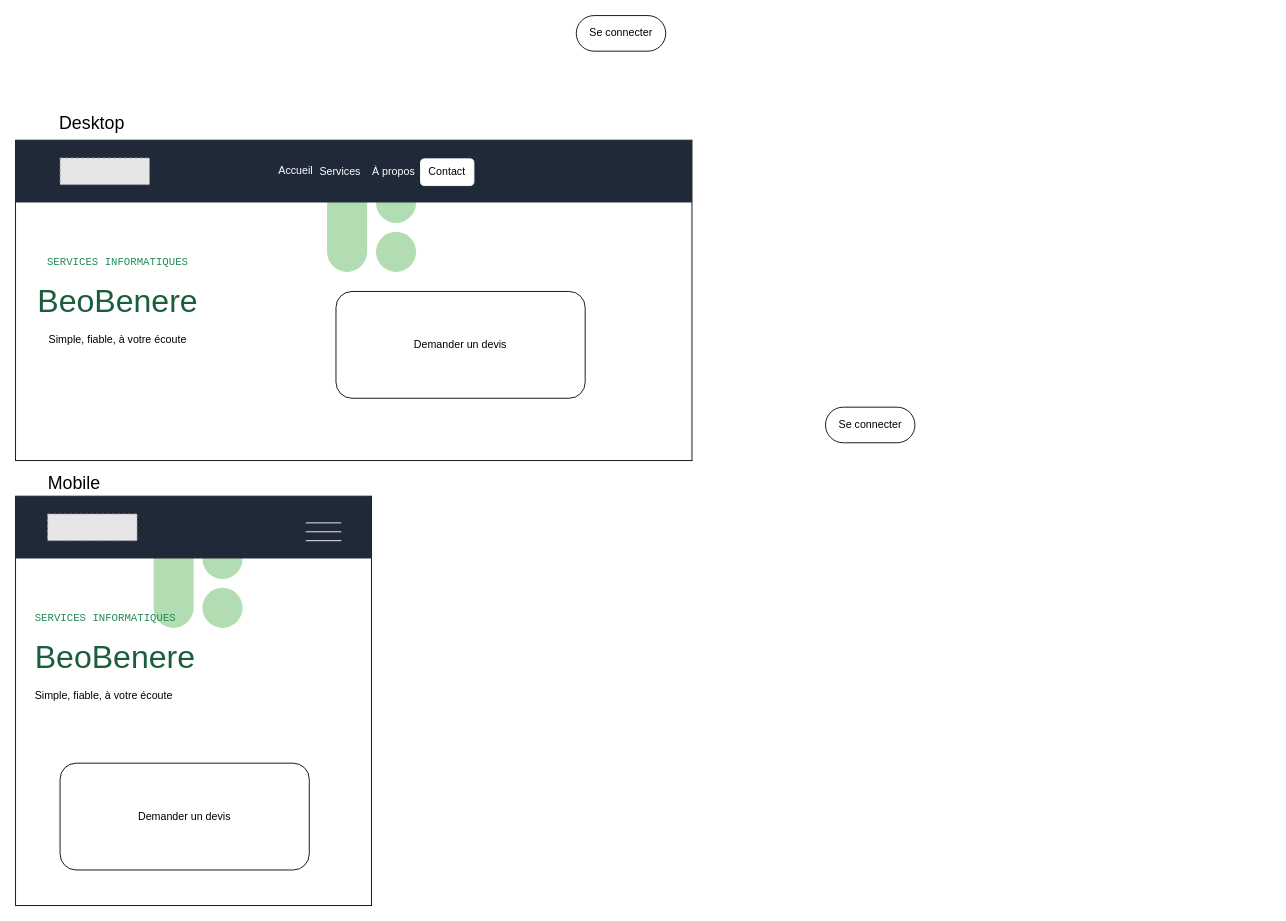
This is docs/interface/ui.drawio from Ghislain-KIMA/site-web-beobenere, a draw.io file, before an edit. Source tidied: cells renumbered, new cells numbered last; positions are measured from the earlier drawing's top-left corner, leaving out a move shared by most shapes. Both pictures are drawn from the tidied source at 89%, with x=0, y=0 at pixel (15, 15). Pictures stored in the file or linked from it are replaced by grey dashed boxes.
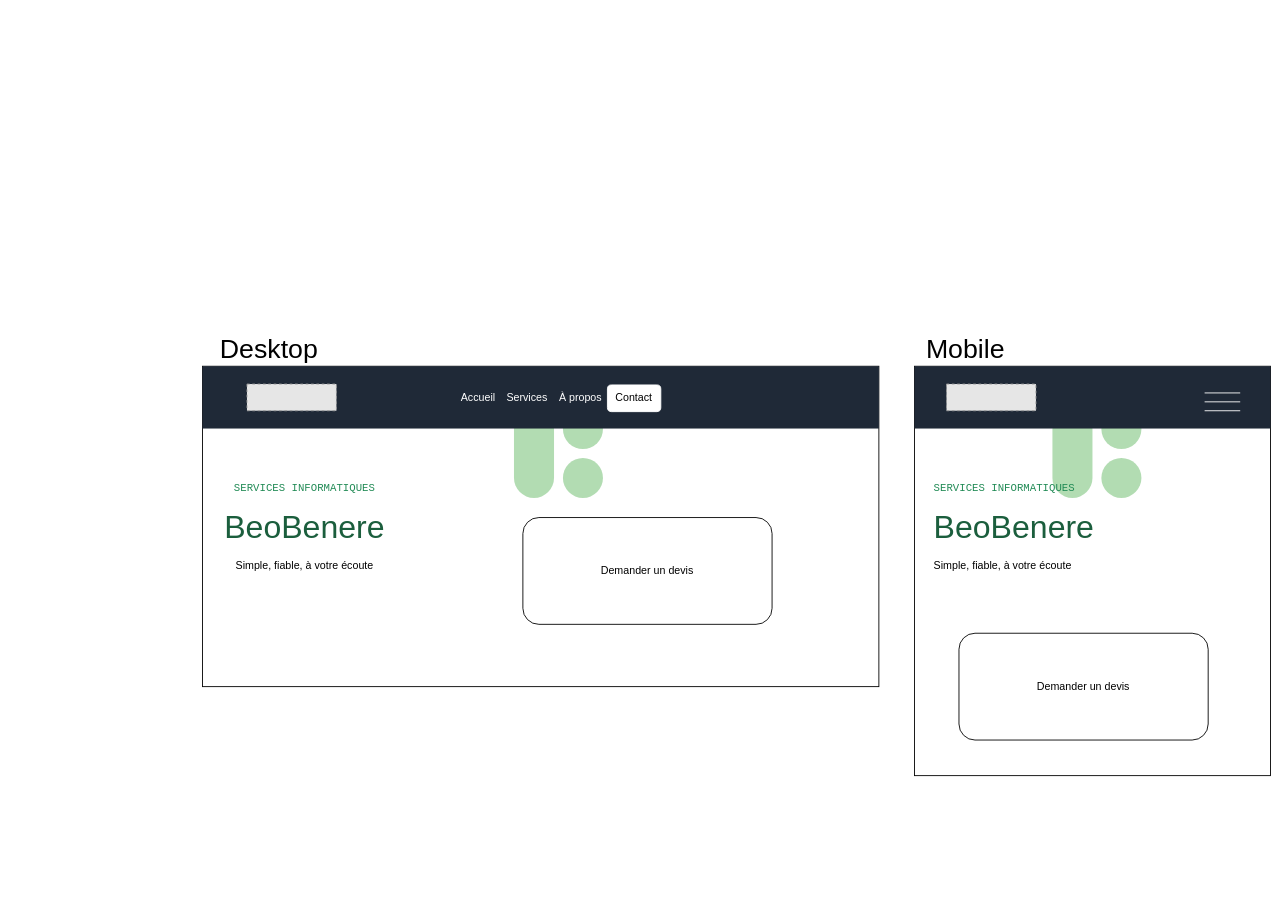
The same diagram, later.

Change to the diagram source:
```diff
@@
     <mxCell id="2" style="rounded=1;whiteSpace=wrap;html=1;arcSize=0;fillColor=light-dark(#FFFFFF,#030503);" parent="1" vertex="1">
-      <mxGeometry y="140" width="760" height="360" as="geometry" />
+      <mxGeometry x="210" y="394" width="760" height="360" as="geometry" />
     </mxCell>
     <mxCell id="3" style="group;" parent="1" vertex="1">
-      <mxGeometry x="350" y="188" width="100" height="100" as="geometry" />
+      <mxGeometry x="560" y="442" width="100" height="100" as="geometry" />
     </mxCell>
@@
     <mxCell id="7" style="rounded=0;whiteSpace=wrap;html=1;fillColor=light-dark(#1F2937,#1F2937);strokeColor=none;" parent="1" vertex="1">
-      <mxGeometry y="140" width="760" height="70" as="geometry" />
+      <mxGeometry x="210" y="394" width="760" height="70" as="geometry" />
     </mxCell>
     <mxCell id="8" style="fillColor=#E6E6E6;strokeColor=#999999;dashed=1;verticalLabelPosition=bottom;labelBackgroundColor=default;verticalAlign=top;" parent="1" vertex="1">
-      <mxGeometry x="50" y="160" width="100.5" height="30" as="geometry" />
+      <mxGeometry x="260" y="414" width="100.5" height="30" as="geometry" />
     </mxCell>
-    <mxCell id="9" value="Accueil" style="text;html=1;whiteSpace=wrap;strokeColor=none;fillColor=none;align=center;verticalAlign=middle;rounded=0;fontColor=light-dark(#FFFFFF,#FFFFFF);" parent="1" vertex="1">
-      <mxGeometry x="285" y="159" width="60" height="30" as="geometry" />
+    <mxCell id="9" value="Accueil" style="text;html=1;whiteSpace=wrap;strokeColor=none;fillColor=none;align=center;verticalAlign=middle;rounded=0;fontColor=light-dark(#FFFFFF,#FFFFFF);connectIcon=1;flipV=0;legacyAnchorPoints=0;flipH=1;direction=east;" parent="1" vertex="1">
+      <mxGeometry x="490" y="415" width="60" height="30" as="geometry" />
     </mxCell>
     <mxCell id="10" value="Services" style="text;html=1;whiteSpace=wrap;strokeColor=none;fillColor=none;align=center;verticalAlign=middle;rounded=0;fontColor=light-dark(#FFFFFF,#FFFFFF);" parent="1" vertex="1">
-      <mxGeometry x="335" y="161" width="60" height="30" as="geometry" />
+      <mxGeometry x="545" y="415" width="60" height="30" as="geometry" />
     </mxCell>
     <mxCell id="11" value="À propos" style="text;html=1;whiteSpace=wrap;strokeColor=none;fillColor=none;align=center;verticalAlign=middle;rounded=0;fontColor=light-dark(#FFFFFF,#FFFFFF);" parent="1" vertex="1">
-      <mxGeometry x="395" y="161" width="60" height="30" as="geometry" />
+      <mxGeometry x="605" y="415" width="60" height="30" as="geometry" />
     </mxCell>
-    <mxCell id="12" value="Se connecter" style="rounded=1;whiteSpace=wrap;html=1;arcSize=50;fillColor=light-dark(#FFFFFF,#FFFFFF);fontColor=light-dark(#000000,#000000);" parent="1" vertex="1">
-      <mxGeometry x="630" width="100.5" height="40" as="geometry" />
-    </mxCell>
     <mxCell id="13" value="&lt;span style=&quot;color: rgb(34, 139, 86);&quot;&gt;&lt;font face=&quot;'IBM Plex Mono', monospace&quot;&gt;SERVICES INFORMATIQUES&lt;/font&gt;&lt;/span&gt;&lt;div&gt;&lt;br&gt;&lt;/div&gt;&lt;div&gt;&lt;span style=&quot;color: light-dark(rgb(27, 94, 61), rgb(27, 94, 61));&quot;&gt;&lt;font style=&quot;font-size: 36px;&quot; face=&quot;'Space Grotesk', sans-serif&quot;&gt;BeoBenere&lt;/font&gt;&lt;/span&gt;&lt;/div&gt;&lt;div&gt;&lt;br&gt;&lt;/div&gt;&lt;div&gt;Simple, fiable, à votre écoute&lt;/div&gt;" style="text;html=1;whiteSpace=wrap;strokeColor=none;fillColor=none;align=center;verticalAlign=middle;rounded=0;" parent="1" vertex="1">
-      <mxGeometry x="10" y="260" width="210" height="120" as="geometry" />
+      <mxGeometry x="220" y="514" width="210" height="120" as="geometry" />
     </mxCell>
     <mxCell id="14" style="rounded=1;whiteSpace=wrap;html=1;arcSize=0;fillColor=light-dark(#FFFFFF,#030503);" parent="1" vertex="1">
-      <mxGeometry y="540" width="400" height="460" as="geometry" />
+      <mxGeometry x="1010" y="394" width="400" height="460" as="geometry" />
     </mxCell>
     <mxCell id="15" style="group;" parent="1" vertex="1">
-      <mxGeometry x="155" y="588" width="100" height="100" as="geometry" />
+      <mxGeometry x="1165" y="442" width="100" height="100" as="geometry" />
     </mxCell>
@@
     <mxCell id="19" style="rounded=0;whiteSpace=wrap;html=1;fillColor=light-dark(#1F2937,#1F2937);strokeColor=none;" parent="1" vertex="1">
-      <mxGeometry y="540" width="400" height="70" as="geometry" />
+      <mxGeometry x="1010" y="394" width="400" height="70" as="geometry" />
     </mxCell>
     <mxCell id="20" style="fillColor=#E6E6E6;strokeColor=#999999;dashed=1;verticalLabelPosition=bottom;labelBackgroundColor=default;verticalAlign=top;" parent="1" vertex="1">
-      <mxGeometry x="36" y="560" width="100.5" height="30" as="geometry" />
+      <mxGeometry x="1046" y="414" width="100.5" height="30" as="geometry" />
     </mxCell>
-    <mxCell id="21" value="Se connecter" style="rounded=1;whiteSpace=wrap;html=1;arcSize=50;fillColor=light-dark(#FFFFFF,#FFFFFF);fontColor=light-dark(#000000,#000000);" parent="1" vertex="1">
-      <mxGeometry x="910" y="440" width="100.5" height="40" as="geometry" />
-    </mxCell>
     <mxCell id="22" value="&lt;div style=&quot;&quot;&gt;&lt;span style=&quot;font-family: &amp;quot;IBM Plex Mono&amp;quot;, monospace; color: light-dark(rgb(34, 139, 86), rgb(73, 163, 118)); background-color: transparent;&quot;&gt;SERVICES INFORMATIQUES&lt;/span&gt;&lt;/div&gt;&lt;div&gt;&lt;br&gt;&lt;/div&gt;&lt;div style=&quot;&quot;&gt;&lt;span style=&quot;color: light-dark(rgb(27, 94, 61), rgb(27, 94, 61));&quot;&gt;&lt;font style=&quot;font-size: 36px;&quot; face=&quot;'Space Grotesk', sans-serif&quot;&gt;BeoBenere&lt;/font&gt;&lt;/span&gt;&lt;/div&gt;&lt;div&gt;&lt;br&gt;&lt;/div&gt;&lt;div style=&quot;&quot;&gt;Simple, fiable, à votre écoute&lt;/div&gt;" style="text;html=1;whiteSpace=wrap;strokeColor=none;fillColor=none;align=left;verticalAlign=middle;rounded=0;" parent="1" vertex="1">
-      <mxGeometry x="20" y="660" width="210" height="120" as="geometry" />
+      <mxGeometry x="1030" y="514" width="210" height="120" as="geometry" />
     </mxCell>
-    <mxCell id="23" value="Desktop" style="text;html=1;whiteSpace=wrap;strokeColor=none;fillColor=none;align=center;verticalAlign=middle;rounded=0;fontSize=20;" parent="1" vertex="1">
-      <mxGeometry x="46.2" y="100" width="80" height="40" as="geometry" />
+    <mxCell id="23" value="&lt;font style=&quot;font-size: 30px;&quot;&gt;Desktop&lt;/font&gt;" style="text;html=1;whiteSpace=wrap;strokeColor=none;fillColor=none;align=center;verticalAlign=middle;rounded=0;fontSize=20;" parent="1" vertex="1">
+      <mxGeometry x="210" y="354" width="149.8" height="40" as="geometry" />
     </mxCell>
-    <mxCell id="24" value="Mobile" style="text;html=1;whiteSpace=wrap;strokeColor=none;fillColor=none;align=center;verticalAlign=middle;rounded=0;fontSize=20;" parent="1" vertex="1">
-      <mxGeometry x="36" y="510" width="60" height="30" as="geometry" />
+    <mxCell id="24" value="&lt;font style=&quot;font-size: 30px;&quot;&gt;Mobile&lt;/font&gt;" style="text;html=1;whiteSpace=wrap;strokeColor=none;fillColor=none;align=center;verticalAlign=middle;rounded=0;fontSize=20;" parent="1" vertex="1">
+      <mxGeometry x="1010" y="359" width="115" height="30" as="geometry" />
     </mxCell>
     <mxCell id="25" value="Demander un devis" style="rounded=1;whiteSpace=wrap;html=1;" parent="1" vertex="1">
-      <mxGeometry x="360" y="310" width="280" height="120" as="geometry" />
+      <mxGeometry x="570" y="564" width="280" height="120" as="geometry" />
     </mxCell>
     <mxCell id="26" value="Demander un devis" style="rounded=1;whiteSpace=wrap;html=1;" parent="1" vertex="1">
-      <mxGeometry x="50" y="840" width="280" height="120" as="geometry" />
+      <mxGeometry x="1060" y="694" width="280" height="120" as="geometry" />
     </mxCell>
     <mxCell id="27" style="endArrow=none;html=1;rounded=0;strokeColor=light-dark(#FFFFFF,#FFFFFF);" parent="1" edge="1">
       <mxGeometry relative="1" as="geometry">
-        <mxPoint x="326" y="570" as="sourcePoint" />
-        <mxPoint x="366" y="570" as="targetPoint" />
+        <mxPoint x="1336" y="424" as="sourcePoint" />
+        <mxPoint x="1376" y="424" as="targetPoint" />
       </mxGeometry>
     </mxCell>
     <mxCell id="28" style="endArrow=none;html=1;rounded=0;strokeColor=light-dark(#FFFFFF,#FFFFFF);" parent="1" edge="1">
       <mxGeometry relative="1" as="geometry">
-        <mxPoint x="326" y="580" as="sourcePoint" />
-        <mxPoint x="366" y="580" as="targetPoint" />
+        <mxPoint x="1336" y="434" as="sourcePoint" />
+        <mxPoint x="1376" y="434" as="targetPoint" />
       </mxGeometry>
     </mxCell>
     <mxCell id="29" style="endArrow=none;html=1;rounded=0;strokeColor=light-dark(#FFFFFF,#FFFFFF);" parent="1" edge="1">
       <mxGeometry relative="1" as="geometry">
-        <mxPoint x="326" y="590" as="sourcePoint" />
-        <mxPoint x="366" y="590" as="targetPoint" />
+        <mxPoint x="1336" y="444" as="sourcePoint" />
+        <mxPoint x="1376" y="444" as="targetPoint" />
       </mxGeometry>
     </mxCell>
     <mxCell id="30" value="Contact" style="rounded=1;whiteSpace=wrap;html=1;strokeColor=light-dark(#FFFFFF,#FFFFFF);fillColor=light-dark(#FFFFFF,#FFFFFF);fontColor=light-dark(#000000,#000000);" parent="1" vertex="1">
-      <mxGeometry x="455" y="161" width="60" height="30" as="geometry" />
+      <mxGeometry x="665" y="415" width="60" height="30" as="geometry" />
     </mxCell>
```
